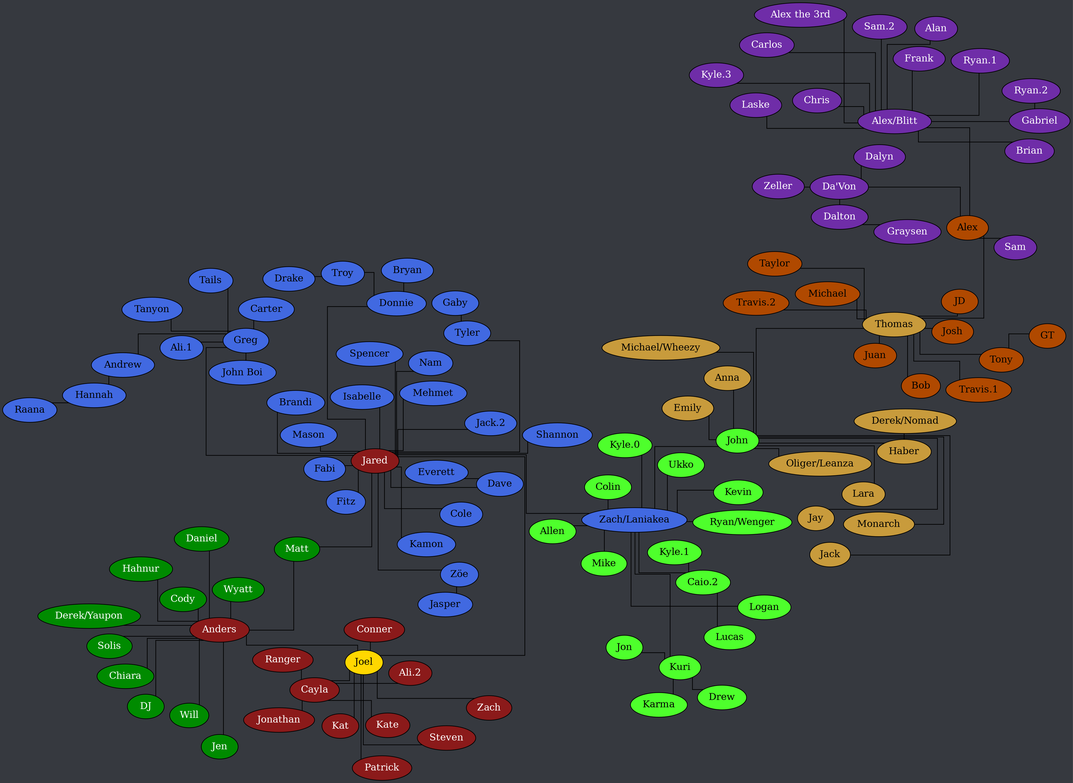
This is tree.png from Documidas/CoronaCatzFamilyTree, a Graphviz export, as it was before one commit. Its source is kept beside it as tree.dot.
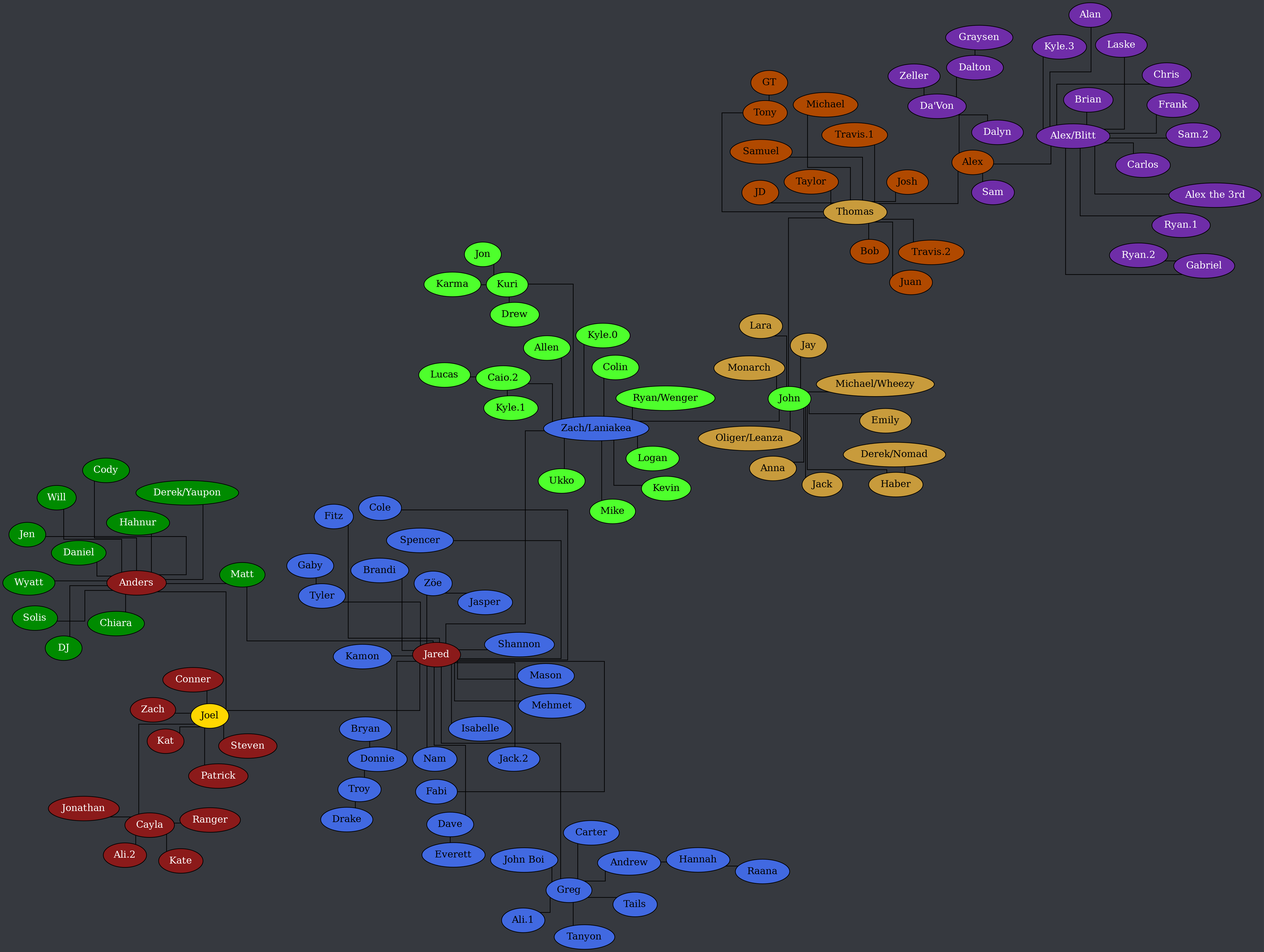
After the commit.

What changed in the source:
```diff
@@ -134,6 +134,7 @@
 		Thomas -- Josh;
 		Thomas -- Juan;
 		Thomas -- Michael;
+		Thomas -- "Samuel";
 		Thomas -- Taylor;
 		Thomas -- Tony;
 		Thomas -- "Travis.1";
```
